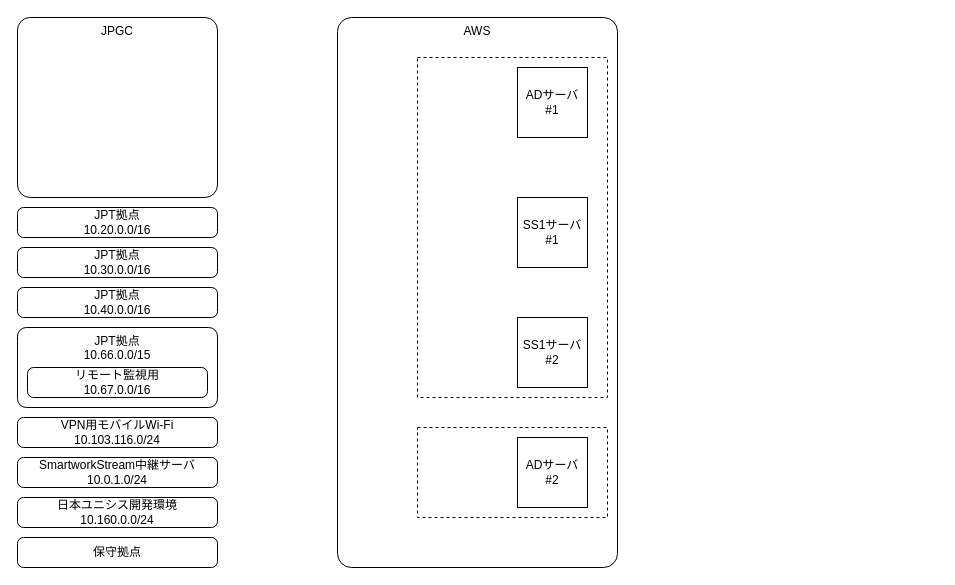
Before: 20251119_E2E通信.drawio in reizo0901/drawio, a draw.io diagram. Source tidied: cells renumbered, new cells numbered last; positions are measured from the earlier drawing's top-left corner, leaving out a move shared by most shapes. Both pictures are drawn from the tidied source at 100%, with x=0, y=0 at pixel (17, 17).
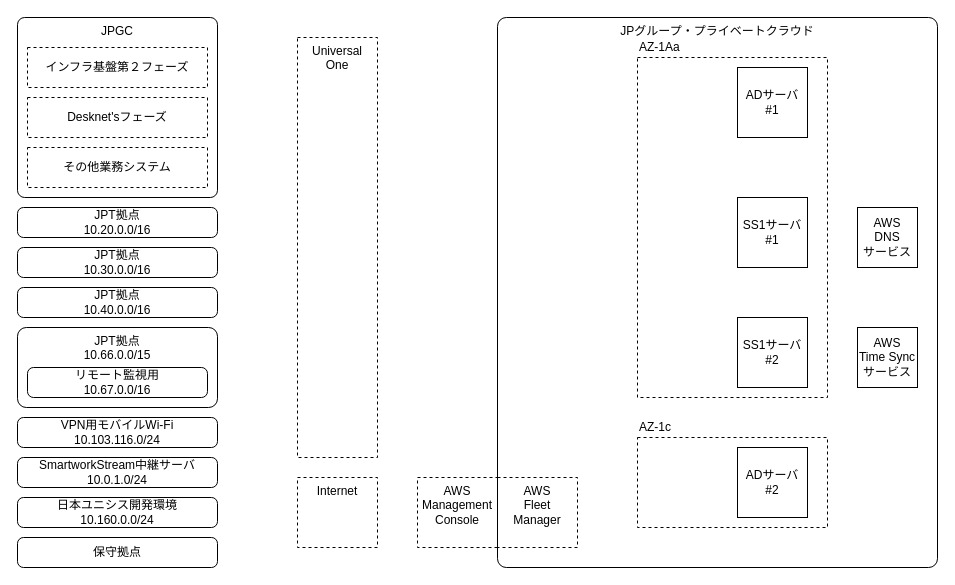
The same diagram, later.

Commit message:
20251119_E2E通信.drawio を更新します

What changed in the source:
```diff
@@
-    <mxCell id="2" value="AWS" style="rounded=1;whiteSpace=wrap;html=1;arcSize=5;fillColor=none;align=center;verticalAlign=top;" parent="1" vertex="1">
-      <mxGeometry x="320" width="280" height="550" as="geometry" />
+    <mxCell id="2" value="JPグループ・プライベートクラウド" style="rounded=1;whiteSpace=wrap;html=1;arcSize=2;fillColor=none;align=center;verticalAlign=top;" parent="1" vertex="1">
+      <mxGeometry x="480" width="440" height="550" as="geometry" />
     </mxCell>
     <mxCell id="3" style="rounded=0;whiteSpace=wrap;html=1;dashed=1;fillColor=none;" parent="1" vertex="1">
-      <mxGeometry x="400" y="410" width="190" height="90" as="geometry" />
+      <mxGeometry x="620" y="420" width="190" height="90" as="geometry" />
     </mxCell>
     <mxCell id="4" style="rounded=0;whiteSpace=wrap;html=1;dashed=1;fillColor=none;" parent="1" vertex="1">
-      <mxGeometry x="400" y="40" width="190" height="340" as="geometry" />
+      <mxGeometry x="620" y="40" width="190" height="340" as="geometry" />
     </mxCell>
-    <mxCell id="5" value="JPGC" style="rounded=1;whiteSpace=wrap;html=1;arcSize=7;fillColor=none;verticalAlign=top;" parent="1" vertex="1">
+    <mxCell id="5" value="JPGC" style="rounded=1;whiteSpace=wrap;html=1;arcSize=4;fillColor=none;verticalAlign=top;" parent="1" vertex="1">
       <mxGeometry width="200" height="180" as="geometry" />
     </mxCell>
@@
     <mxCell id="15" value="ADサーバ&lt;div&gt;#1&lt;/div&gt;" style="whiteSpace=wrap;html=1;" parent="1" vertex="1">
-      <mxGeometry x="500" y="50" width="70" height="70" as="geometry" />
+      <mxGeometry x="720" y="50" width="70" height="70" as="geometry" />
     </mxCell>
     <mxCell id="16" value="SS1サーバ&lt;div&gt;#1&lt;/div&gt;" style="whiteSpace=wrap;html=1;" parent="1" vertex="1">
-      <mxGeometry x="500" y="180" width="70" height="70" as="geometry" />
+      <mxGeometry x="720" y="180" width="70" height="70" as="geometry" />
     </mxCell>
     <mxCell id="17" value="SS1サーバ&lt;div&gt;#2&lt;/div&gt;" style="whiteSpace=wrap;html=1;" parent="1" vertex="1">
-      <mxGeometry x="500" y="300" width="70" height="70" as="geometry" />
+      <mxGeometry x="720" y="300" width="70" height="70" as="geometry" />
     </mxCell>
     <mxCell id="18" value="ADサーバ&lt;div&gt;#2&lt;/div&gt;" style="whiteSpace=wrap;html=1;" parent="1" vertex="1">
-      <mxGeometry x="500" y="420" width="70" height="70" as="geometry" />
+      <mxGeometry x="720" y="430" width="70" height="70" as="geometry" />
     </mxCell>
+    <mxCell id="19" value="AZ-1Aa" style="text;html=1;whiteSpace=wrap;strokeColor=none;fillColor=none;align=left;verticalAlign=middle;rounded=0;" parent="1" vertex="1">
+      <mxGeometry x="620" y="20" width="120" height="20" as="geometry" />
+    </mxCell>
+    <mxCell id="20" value="AZ-1c" style="text;html=1;whiteSpace=wrap;strokeColor=none;fillColor=none;align=left;verticalAlign=middle;rounded=0;" parent="1" vertex="1">
+      <mxGeometry x="620" y="400" width="120" height="20" as="geometry" />
+    </mxCell>
+    <mxCell id="21" value="Universal&lt;div&gt;One&lt;/div&gt;" style="rounded=0;whiteSpace=wrap;html=1;verticalAlign=top;dashed=1;fillColor=none;" parent="1" vertex="1">
+      <mxGeometry x="280" y="20" width="80" height="420" as="geometry" />
+    </mxCell>
+    <mxCell id="22" value="インフラ基盤第２フェーズ" style="rounded=0;whiteSpace=wrap;html=1;dashed=1;fillColor=none;" parent="1" vertex="1">
+      <mxGeometry x="10" y="30" width="180" height="40" as="geometry" />
+    </mxCell>
+    <mxCell id="23" value="Desknet'sフェーズ" style="rounded=0;whiteSpace=wrap;html=1;dashed=1;fillColor=none;" parent="1" vertex="1">
+      <mxGeometry x="10" y="80" width="180" height="40" as="geometry" />
+    </mxCell>
+    <mxCell id="24" value="その他業務システム" style="rounded=0;whiteSpace=wrap;html=1;dashed=1;fillColor=none;" parent="1" vertex="1">
+      <mxGeometry x="10" y="130" width="180" height="40" as="geometry" />
+    </mxCell>
+    <mxCell id="25" value="&lt;div&gt;AWS&lt;/div&gt;DNS&lt;div&gt;サービス&lt;/div&gt;" style="whiteSpace=wrap;html=1;" parent="1" vertex="1">
+      <mxGeometry x="840" y="190" width="60" height="60" as="geometry" />
+    </mxCell>
+    <mxCell id="26" value="&lt;div&gt;AWS&lt;/div&gt;Time Sync&lt;br&gt;&lt;div&gt;サービス&lt;/div&gt;" style="whiteSpace=wrap;html=1;" parent="1" vertex="1">
+      <mxGeometry x="840" y="310" width="60" height="60" as="geometry" />
+    </mxCell>
+    <mxCell id="27" value="Internet" style="rounded=0;whiteSpace=wrap;html=1;verticalAlign=top;dashed=1;fillColor=none;" parent="1" vertex="1">
+      <mxGeometry x="280" y="460" width="80" height="70" as="geometry" />
+    </mxCell>
+    <mxCell id="28" value="AWS&lt;div&gt;Management&lt;/div&gt;&lt;div&gt;Console&lt;/div&gt;" style="rounded=0;whiteSpace=wrap;html=1;verticalAlign=top;dashed=1;fillColor=none;" parent="1" vertex="1">
+      <mxGeometry x="400" y="460" width="80" height="70" as="geometry" />
+    </mxCell>
+    <mxCell id="29" value="AWS&lt;div&gt;Fleet&lt;br&gt;&lt;div&gt;Manager&lt;/div&gt;&lt;/div&gt;" style="rounded=0;whiteSpace=wrap;html=1;verticalAlign=top;dashed=1;fillColor=none;" parent="1" vertex="1">
+      <mxGeometry x="480" y="460" width="80" height="70" as="geometry" />
+    </mxCell>
```
